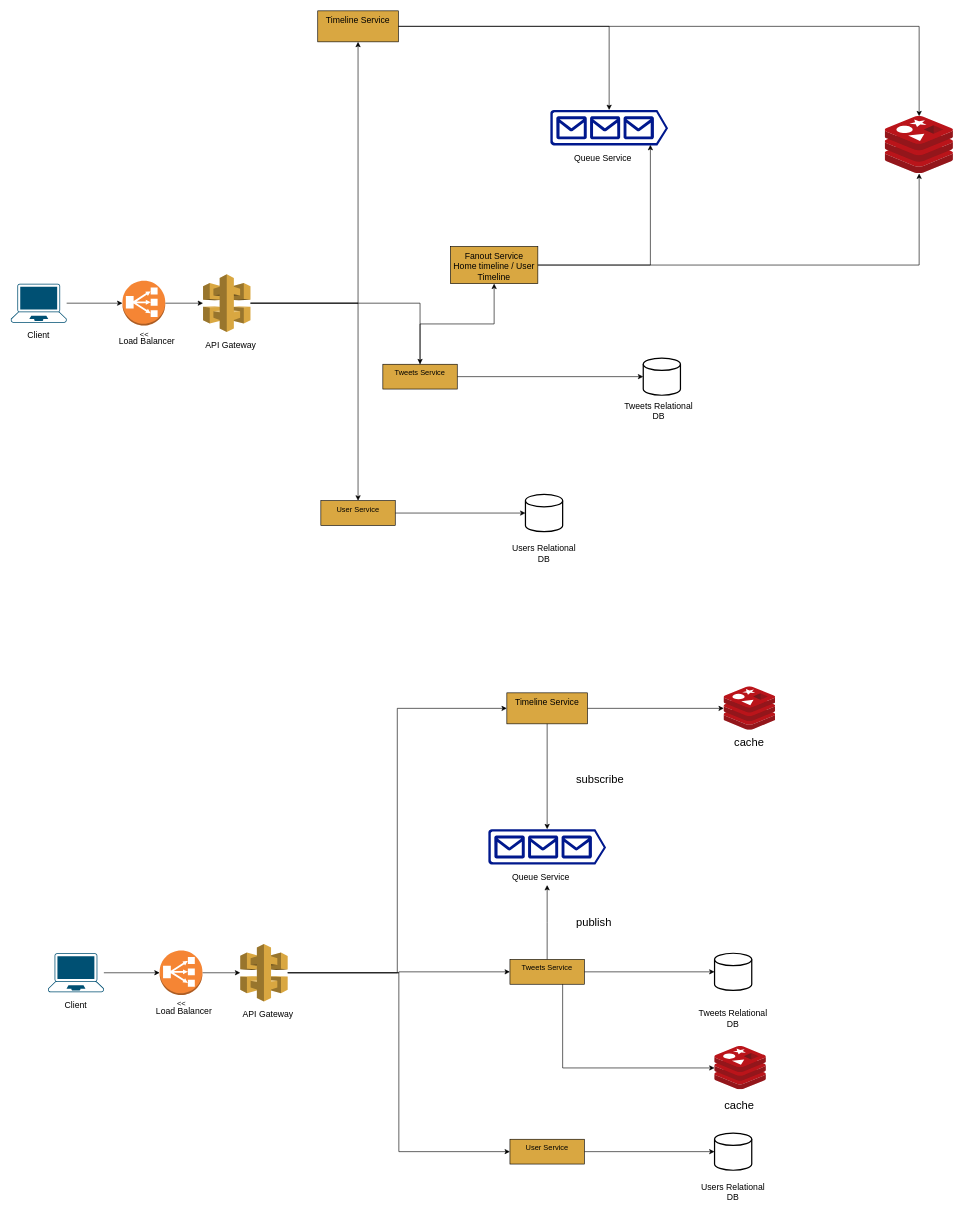
This is microblogging-pltf.drawio from juanignaciorc/microbloggin-pltf, a draw.io file, before an edit. Source tidied: cells renumbered, new cells numbered last; positions are measured from the earlier drawing's top-left corner, leaving out a move shared by most shapes. Both pictures are drawn from the tidied source at 62%, with x=0, y=0 at pixel (11, 11).
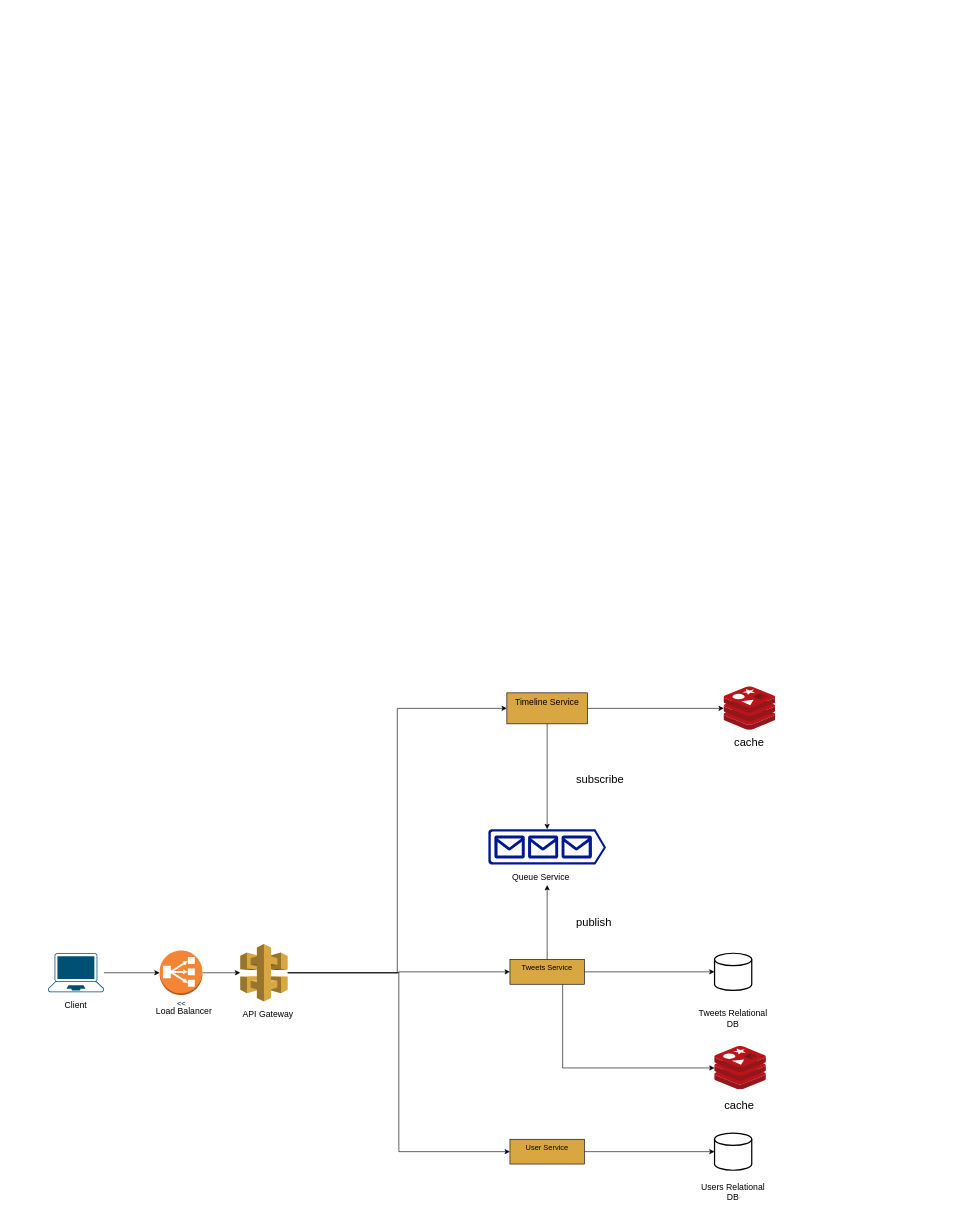
Above is the later version.

Change to the diagram source:
```diff
@@
-    <mxCell id="2" style="edgeStyle=orthogonalEdgeStyle;rounded=0;jettySize=auto;html=1;" parent="1" edge="1" source="3" target="6">
-      <mxGeometry relative="1" as="geometry" />
-    </mxCell>
-    <mxCell id="3" style="points=[[0.13,0.02,0],[0.5,0,0],[0.87,0.02,0],[0.885,0.4,0],[0.985,0.985,0],[0.5,1,0],[0.015,0.985,0],[0.115,0.4,0]];verticalLabelPosition=bottom;sketch=0;html=1;verticalAlign=top;align=center;shape=mxgraph.cisco19.laptop;fillColor=#005073;strokeColor=none;" parent="1" vertex="1">
-      <mxGeometry y="440" width="90" height="63" as="geometry" />
-    </mxCell>
-    <mxCell id="4" value="&lt;font style=&quot;font-size: 14px;&quot;&gt;Client&lt;/font&gt;" style="text;html=1;strokeColor=none;fillColor=none;align=center;verticalAlign=middle;whiteSpace=wrap;rounded=0;" parent="1" vertex="1">
-      <mxGeometry y="507.5" width="90" height="30" as="geometry" />
-    </mxCell>
-    <mxCell id="5" style="edgeStyle=orthogonalEdgeStyle;rounded=0;jettySize=auto;html=1;" parent="1" edge="1" source="6" target="11">
-      <mxGeometry relative="1" as="geometry" />
-    </mxCell>
-    <mxCell id="6" value="&amp;lt;&amp;lt;" style="outlineConnect=0;dashed=0;verticalLabelPosition=bottom;verticalAlign=top;align=center;html=1;shape=mxgraph.aws3.classic_load_balancer;fillColor=#F58534;gradientColor=none;" parent="1" vertex="1">
-      <mxGeometry x="180" y="435.5" width="69" height="72" as="geometry" />
-    </mxCell>
-    <mxCell id="7" value="&lt;font style=&quot;font-size: 14px;&quot;&gt;Load Balancer&lt;/font&gt;" style="text;html=1;strokeColor=none;fillColor=none;align=center;verticalAlign=middle;whiteSpace=wrap;rounded=0;" parent="1" vertex="1">
-      <mxGeometry x="159" y="518" width="121" height="30" as="geometry" />
-    </mxCell>
-    <mxCell id="8" style="edgeStyle=orthogonalEdgeStyle;rounded=0;jettySize=auto;html=1;" parent="1" edge="1" source="11" target="14">
-      <mxGeometry relative="1" as="geometry" />
-    </mxCell>
-    <mxCell id="9" style="edgeStyle=orthogonalEdgeStyle;rounded=0;jettySize=auto;html=1;" parent="1" edge="1" source="11" target="17">
-      <mxGeometry relative="1" as="geometry" />
-    </mxCell>
-    <mxCell id="10" style="edgeStyle=orthogonalEdgeStyle;rounded=0;jettySize=auto;html=1;" parent="1" edge="1" source="11" target="23">
-      <mxGeometry relative="1" as="geometry" />
-    </mxCell>
-    <mxCell id="11" style="outlineConnect=0;dashed=0;verticalLabelPosition=bottom;verticalAlign=top;align=center;html=1;shape=mxgraph.aws3.api_gateway;fillColor=#D9A741;gradientColor=none;" parent="1" vertex="1">
-      <mxGeometry x="310" y="425" width="76.5" height="93" as="geometry" />
-    </mxCell>
-    <mxCell id="12" value="&lt;font style=&quot;font-size: 14px;&quot;&gt;API Gateway&lt;/font&gt;" style="text;html=1;strokeColor=none;fillColor=none;align=center;verticalAlign=middle;whiteSpace=wrap;rounded=0;" parent="1" vertex="1">
-      <mxGeometry x="310" y="518" width="90" height="42" as="geometry" />
-    </mxCell>
-    <mxCell id="13" style="edgeStyle=orthogonalEdgeStyle;rounded=0;jettySize=auto;html=1;" parent="1" edge="1" source="14" target="18">
-      <mxGeometry relative="1" as="geometry" />
-    </mxCell>
-    <mxCell id="14" value="User Service" style="whiteSpace=wrap;html=1;verticalAlign=top;fillColor=#D9A741;dashed=0;gradientColor=none;" parent="1" vertex="1">
-      <mxGeometry x="500" y="790" width="120" height="40" as="geometry" />
-    </mxCell>
-    <mxCell id="15" style="edgeStyle=orthogonalEdgeStyle;rounded=0;jettySize=auto;html=1;" parent="1" edge="1" source="17" target="20">
-      <mxGeometry relative="1" as="geometry" />
-    </mxCell>
-    <mxCell id="16" style="edgeStyle=orthogonalEdgeStyle;rounded=0;jettySize=auto;html=1;" parent="1" edge="1" source="17" target="26">
-      <mxGeometry relative="1" as="geometry" />
-    </mxCell>
-    <mxCell id="17" value="Tweets Service" style="whiteSpace=wrap;html=1;verticalAlign=top;fillColor=#D9A741;dashed=0;gradientColor=none;" parent="1" vertex="1">
-      <mxGeometry x="600" y="570" width="120" height="40" as="geometry" />
-    </mxCell>
-    <mxCell id="18" style="strokeWidth=2;html=1;shape=mxgraph.flowchart.database;whiteSpace=wrap;" parent="1" vertex="1">
-      <mxGeometry x="830" y="780" width="60" height="60" as="geometry" />
-    </mxCell>
-    <mxCell id="19" value="&lt;font style=&quot;font-size: 14px;&quot;&gt;Users Relational DB&lt;/font&gt;" style="text;html=1;strokeColor=none;fillColor=none;align=center;verticalAlign=middle;whiteSpace=wrap;rounded=0;" parent="1" vertex="1">
-      <mxGeometry x="800" y="860" width="120" height="30" as="geometry" />
-    </mxCell>
-    <mxCell id="20" style="strokeWidth=2;html=1;shape=mxgraph.flowchart.database;whiteSpace=wrap;" parent="1" vertex="1">
-      <mxGeometry x="1020" y="560" width="60" height="60" as="geometry" />
-    </mxCell>
-    <mxCell id="21" value="&lt;font style=&quot;font-size: 14px;&quot;&gt;Tweets Relational&lt;br&gt;DB&lt;/font&gt;" style="text;html=1;strokeColor=none;fillColor=none;align=center;verticalAlign=middle;whiteSpace=wrap;rounded=0;" parent="1" vertex="1">
-      <mxGeometry x="980" y="630" width="130" height="30" as="geometry" />
-    </mxCell>
-    <mxCell id="22" style="edgeStyle=orthogonalEdgeStyle;rounded=0;jettySize=auto;html=1;" parent="1" edge="1" source="23" target="24">
-      <mxGeometry relative="1" as="geometry" />
-    </mxCell>
-    <mxCell id="23" value="&lt;font style=&quot;font-size: 14px;&quot;&gt;Timeline Service&lt;/font&gt;" style="whiteSpace=wrap;html=1;verticalAlign=top;fillColor=#D9A741;dashed=0;gradientColor=none;" parent="1" vertex="1">
-      <mxGeometry x="495" width="130" height="50" as="geometry" />
-    </mxCell>
-    <mxCell id="24" style="image;sketch=0;html=1;points=[];align=center;fontSize=12;image=img/lib/mscae/Cache_Redis_Product.svg;" parent="1" vertex="1">
-      <mxGeometry x="1410" y="170" width="110" height="92.4" as="geometry" />
-    </mxCell>
-    <mxCell id="25" style="edgeStyle=orthogonalEdgeStyle;rounded=0;jettySize=auto;html=1;" parent="1" edge="1" source="26" target="24">
-      <mxGeometry relative="1" as="geometry" />
-    </mxCell>
-    <mxCell id="26" value="&lt;font style=&quot;font-size: 14px;&quot;&gt;Fanout Service&lt;br&gt;Home timeline / User Timeline&lt;/font&gt;" style="whiteSpace=wrap;html=1;verticalAlign=top;fillColor=#D9A741;dashed=0;gradientColor=none;" parent="1" vertex="1">
-      <mxGeometry x="709" y="380" width="141" height="60" as="geometry" />
-    </mxCell>
-    <mxCell id="27" style="group;" parent="1" vertex="1">
-      <mxGeometry x="870" y="160" width="190" height="92.4" as="geometry" />
-    </mxCell>
-    <mxCell id="28" style="sketch=0;shadow=0;dashed=0;html=1;strokeColor=none;labelPosition=center;verticalLabelPosition=bottom;verticalAlign=top;align=center;fillColor=#00188D;shape=mxgraph.azure.queue_generic;" parent="27" vertex="1">
-      <mxGeometry width="190" height="57" as="geometry" />
-    </mxCell>
-    <mxCell id="29" value="&lt;font style=&quot;font-size: 14px;&quot;&gt;Queue Service&lt;/font&gt;" style="text;html=1;strokeColor=none;fillColor=none;align=center;verticalAlign=middle;whiteSpace=wrap;rounded=0;" parent="27" vertex="1">
-      <mxGeometry y="62.4" width="170" height="30" as="geometry" />
-    </mxCell>
-    <mxCell id="30" style="edgeStyle=orthogonalEdgeStyle;rounded=0;jettySize=auto;html=1;entryX=0.95;entryY=-0.205;entryDx=0;entryDy=0;entryPerimeter=0;" parent="1" edge="1" source="26" target="29">
-      <mxGeometry relative="1" as="geometry" />
-    </mxCell>
-    <mxCell id="31" style="edgeStyle=orthogonalEdgeStyle;rounded=0;jettySize=auto;html=1;entryX=0.5;entryY=0;entryDx=0;entryDy=0;entryPerimeter=0;" parent="1" edge="1" source="23" target="28">
-      <mxGeometry relative="1" as="geometry" />
-    </mxCell>
```
